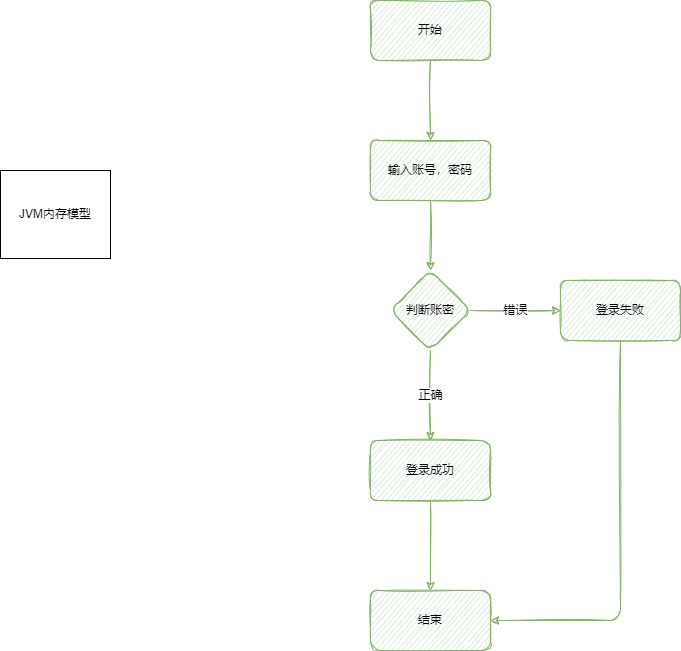
The draw.io diagram demo.png in pipisay/draw, before a commit. Source tidied: cells renumbered, new cells last; positions are measured from the earlier drawing's top-left corner, leaving out a move shared by most shapes.
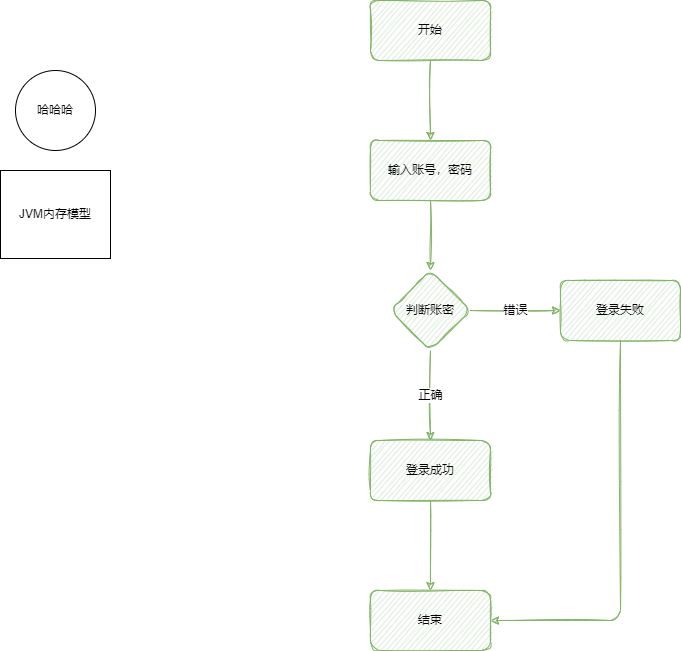
The same file after the commit.

What changed in the source:
```diff
@@ -41,6 +41,9 @@
     <mxCell id="14" value="结束" style="whiteSpace=wrap;html=1;rounded=1;sketch=1;fillColor=#d5e8d4;strokeColor=#82b366;" parent="1" vertex="1">
       <mxGeometry x="370" y="590" width="120" height="60" as="geometry" />
     </mxCell>
+    <mxCell id="16" value="哈哈哈" style="ellipse;whiteSpace=wrap;html=1;" parent="1" vertex="1">
+      <mxGeometry x="15" y="70" width="80" height="80" as="geometry" />
+    </mxCell>
     <mxCell id="15" value="图层2" parent="0" />
   </root>
 </mxGraphModel>
```
